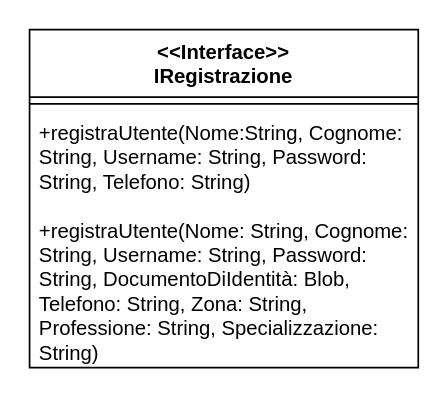
This is uml/Diagramma senza titolo.drawio from Iannicc/Pet-Party, a draw.io file, before an edit. Source tidied: cells renumbered, new cells numbered last; positions are measured from the earlier drawing's top-left corner, leaving out a move shared by most shapes. Both pictures are drawn from the tidied source at 169%, with x=0, y=0 at pixel (29, 29).
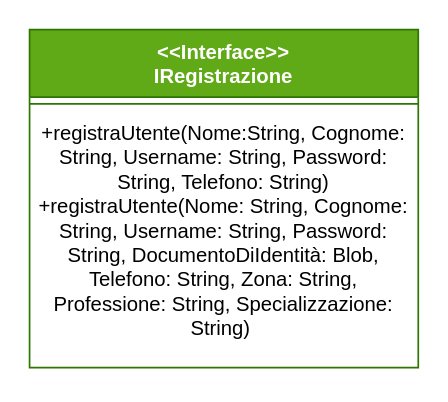
Above is the later version.

Diff of the diagram source:
```diff
@@
 <mxGraphModel>
   <root>
     <mxCell id="0" />
     <mxCell id="1" parent="0" />
-    <mxCell id="2" value="&amp;lt;&amp;lt;Interface&amp;gt;&amp;gt;&lt;br&gt;IRegistrazione" style="swimlane;fontStyle=1;align=center;verticalAlign=top;horizontal=1;startSize=40;whiteSpace=wrap;html=1;" parent="1" vertex="1">
+    <mxCell id="2" value="&amp;lt;&amp;lt;Interface&amp;gt;&amp;gt;&lt;br&gt;IRegistrazione" style="swimlane;fontStyle=1;align=center;verticalAlign=top;horizontal=1;startSize=40;whiteSpace=wrap;html=1;fillColor=#60a917;fontColor=#ffffff;strokeColor=#2D7600;" parent="1" vertex="1">
       <mxGeometry width="230" height="200" as="geometry" />
     </mxCell>
     <mxCell id="3" style="line;strokeWidth=1;fillColor=none;align=left;verticalAlign=middle;spacingTop=-1;spacingLeft=3;spacingRight=3;labelPosition=right;strokeColor=inherit;" parent="2" vertex="1">
       <mxGeometry y="40" width="230" height="8" as="geometry" />
     </mxCell>
-    <mxCell id="4" value="+registraUtente(Nome:String, Cognome: String, Username: String, Password:&lt;br&gt;String, Telefono: String)&lt;br&gt;&lt;br&gt;+registraUtente(Nome: String, Cognome:&lt;br&gt;String, Username: String, Password:&lt;br&gt;String, DocumentoDiIdentità: Blob, Telefono: String, Zona: String, Professione: String, Specializzazione: String)&amp;nbsp;" style="text;strokeColor=none;fillColor=none;align=left;verticalAlign=top;spacingLeft=4;spacingRight=4;overflow=hidden;whiteSpace=wrap;html=1;" parent="2" vertex="1">
+    <mxCell id="4" value="&lt;div align=&quot;center&quot;&gt;+registraUtente(Nome:String, Cognome: String, Username: String, Password:&lt;br&gt;String, Telefono: String)&lt;br&gt;+registraUtente(Nome: String, Cognome:&lt;br&gt;String, Username: String, Password:&lt;br&gt;String, DocumentoDiIdentità: Blob, Telefono: String, Zona: String, Professione: String, Specializzazione: String)&amp;nbsp;&lt;/div&gt;" style="text;strokeColor=none;fillColor=none;align=center;verticalAlign=top;spacingLeft=4;spacingRight=4;overflow=hidden;whiteSpace=wrap;html=1;" parent="2" vertex="1">
       <mxGeometry y="48" width="230" height="152" as="geometry" />
     </mxCell>
   </root>
 </mxGraphModel>
```
